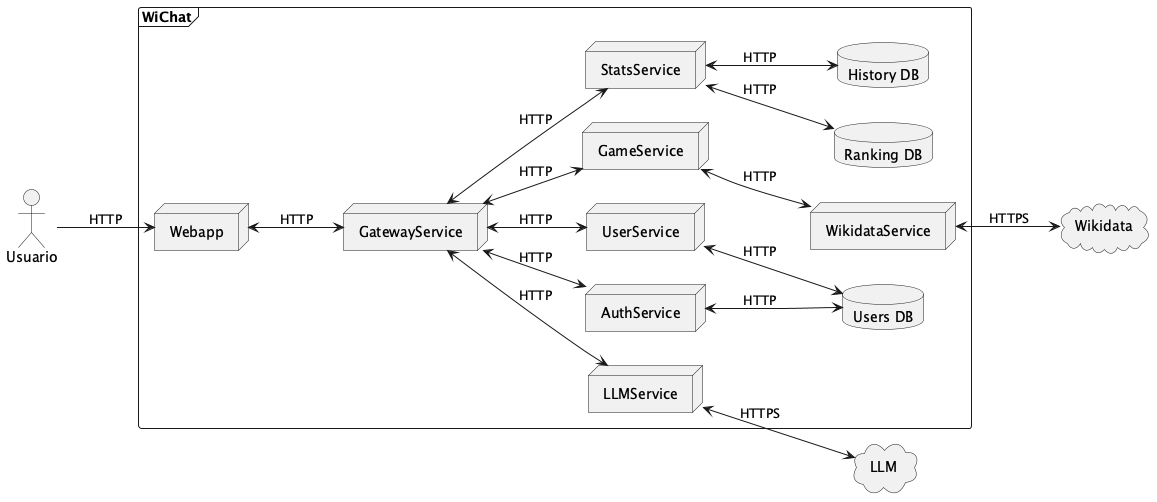
Arquisoft/wichat_es5b keeps this PlantUML diagram as images/Contexto tecnico.png. Above is the earlier version.
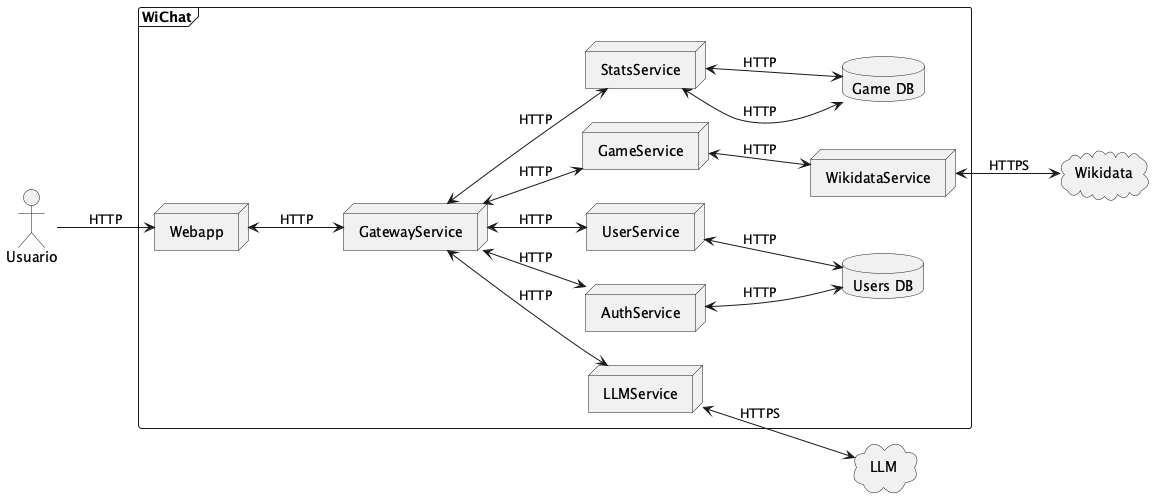
Above is the later version.

Change to the diagram source:
```diff
@@ -23,9 +23,9 @@
 
     database "Users DB"
 
-    database "History DB"
+    database "Game DB"
 
-    database "Ranking DB"
+    database "Game DB"
 }
 
 cloud "Wikidata"
@@ -40,8 +40,8 @@
 "GatewayService" <--> "GameService" : HTTP
 "GatewayService" <--> "StatsService" : HTTP
 "GameService" <--> "WikidataService" : HTTP
-"StatsService" <--> "History DB" : HTTP
-"StatsService" <--> "Ranking DB" : HTTP
+"StatsService" <--> "Game DB" : HTTP
+"StatsService" <--> "Game DB" : HTTP
 "UserService" <--> "Users DB" : HTTP
 "AuthService" <--> "Users DB" : HTTP
 
```
